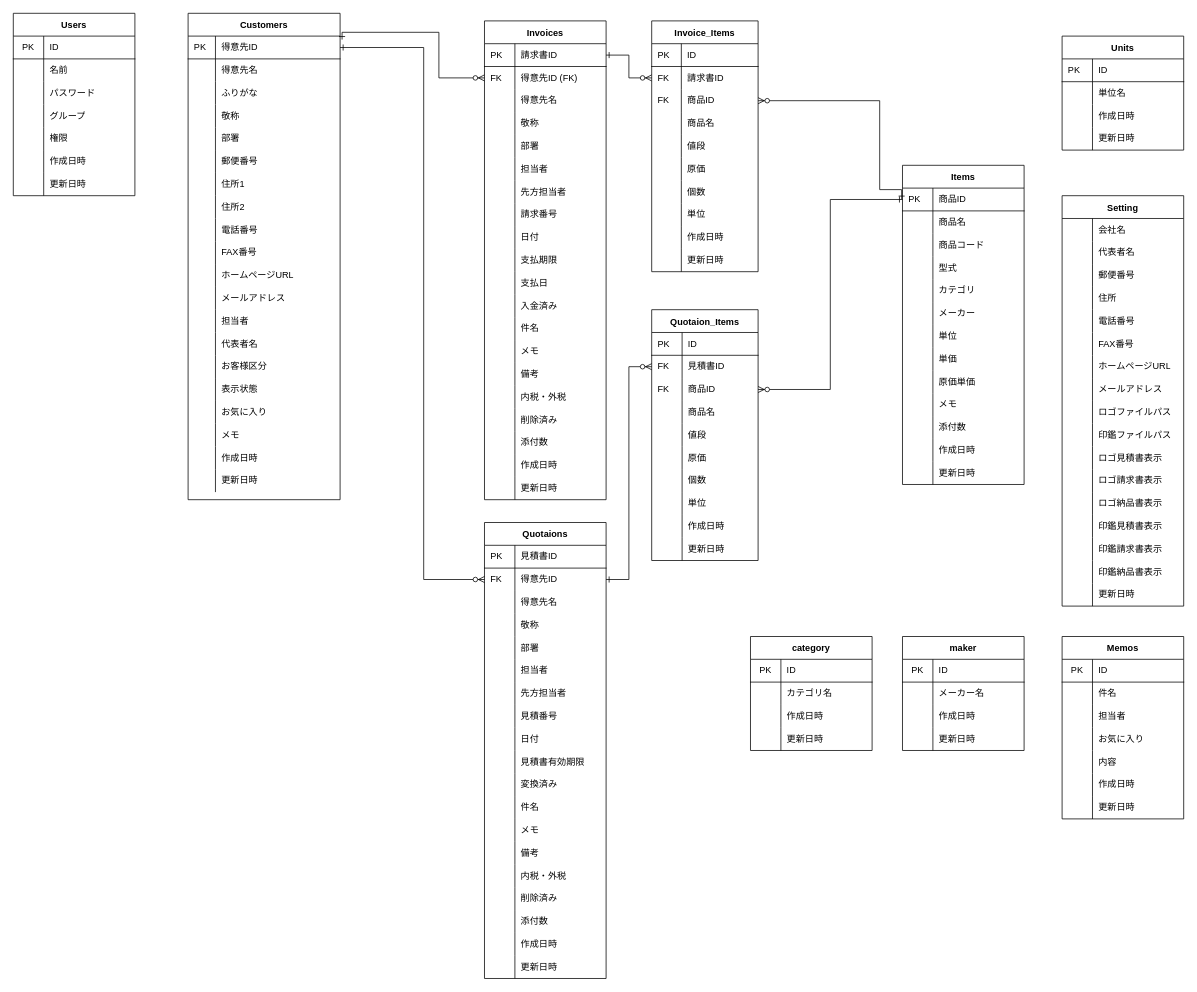
This is soho_er.dio from gamasenninn/caddie-clone, a draw.io file, before an edit. Source tidied: cells renumbered, new cells numbered last; positions are measured from the earlier drawing's top-left corner, leaving out a move shared by most shapes. Both pictures are drawn from the tidied source at 76%, with x=0, y=0 at pixel (13, 13).
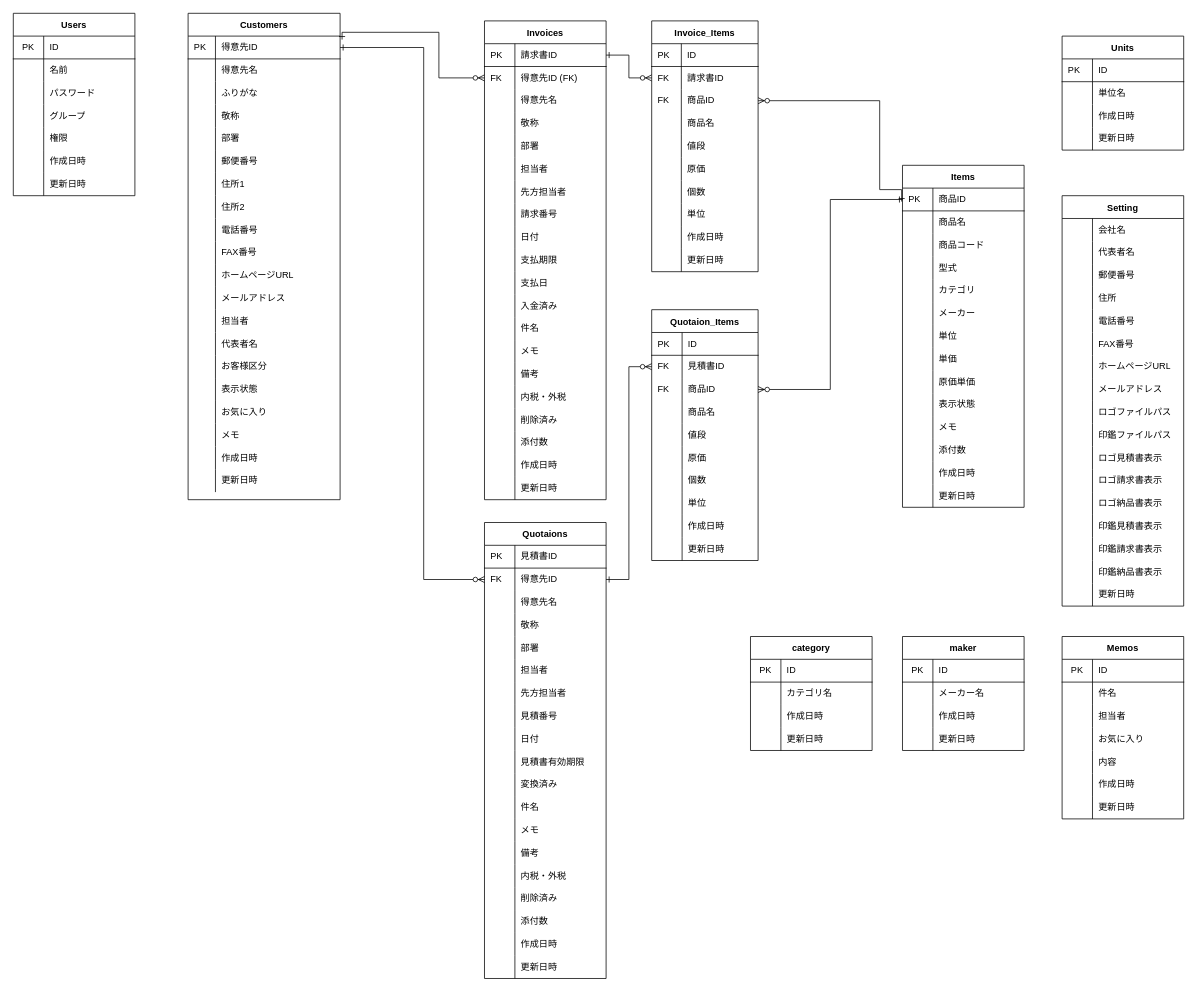
The same diagram, later.

What changed in the source:
```diff
@@
     <mxCell id="63" value="Items" style="shape=table;startSize=30;childLayout=tableLayout;rowLines=0;fontStyle=1;align=center;" parent="1" vertex="1">
-      <mxGeometry x="1170" y="200" width="160" height="420" as="geometry" />
+      <mxGeometry x="1170" y="200" width="160" height="450" as="geometry" />
     </mxCell>
@@
+    <mxCell id="425" style="shape=partialRectangle;html=1;whiteSpace=wrap;fillColor=none;top=0;left=0;bottom=0;right=0;" parent="63" vertex="1">
+      <mxGeometry y="300" width="160" height="30" as="geometry" />
+    </mxCell>
+    <mxCell id="426" style="shape=partialRectangle;html=1;whiteSpace=wrap;fillColor=none;top=0;left=0;bottom=0;right=0;align=left;spacingLeft=6;overflow=hidden;" parent="425" vertex="1">
+      <mxGeometry width="40" height="30" as="geometry" />
+    </mxCell>
+    <mxCell id="427" value="表示状態" style="shape=partialRectangle;html=1;whiteSpace=wrap;fillColor=none;top=0;left=0;bottom=0;right=0;align=left;spacingLeft=6;overflow=hidden;" parent="425" vertex="1">
+      <mxGeometry x="40" width="120" height="30" as="geometry" />
+    </mxCell>
     <mxCell id="91" style="shape=partialRectangle;html=1;whiteSpace=wrap;fillColor=none;top=0;left=0;bottom=0;right=0;" parent="63" vertex="1">
-      <mxGeometry y="300" width="160" height="30" as="geometry" />
+      <mxGeometry y="330" width="160" height="30" as="geometry" />
     </mxCell>
@@
     <mxCell id="94" style="shape=partialRectangle;html=1;whiteSpace=wrap;fillColor=none;top=0;left=0;bottom=0;right=0;" parent="63" vertex="1">
-      <mxGeometry y="330" width="160" height="30" as="geometry" />
+      <mxGeometry y="360" width="160" height="30" as="geometry" />
     </mxCell>
@@
     <mxCell id="97" style="shape=partialRectangle;html=1;whiteSpace=wrap;fillColor=none;top=0;left=0;bottom=0;right=0;" parent="63" vertex="1">
-      <mxGeometry y="360" width="160" height="30" as="geometry" />
+      <mxGeometry y="390" width="160" height="30" as="geometry" />
     </mxCell>
@@
     <mxCell id="100" style="shape=partialRectangle;html=1;whiteSpace=wrap;fillColor=none;top=0;left=0;bottom=0;right=0;" parent="63" vertex="1">
-      <mxGeometry y="390" width="160" height="30" as="geometry" />
+      <mxGeometry y="420" width="160" height="30" as="geometry" />
     </mxCell>
```
